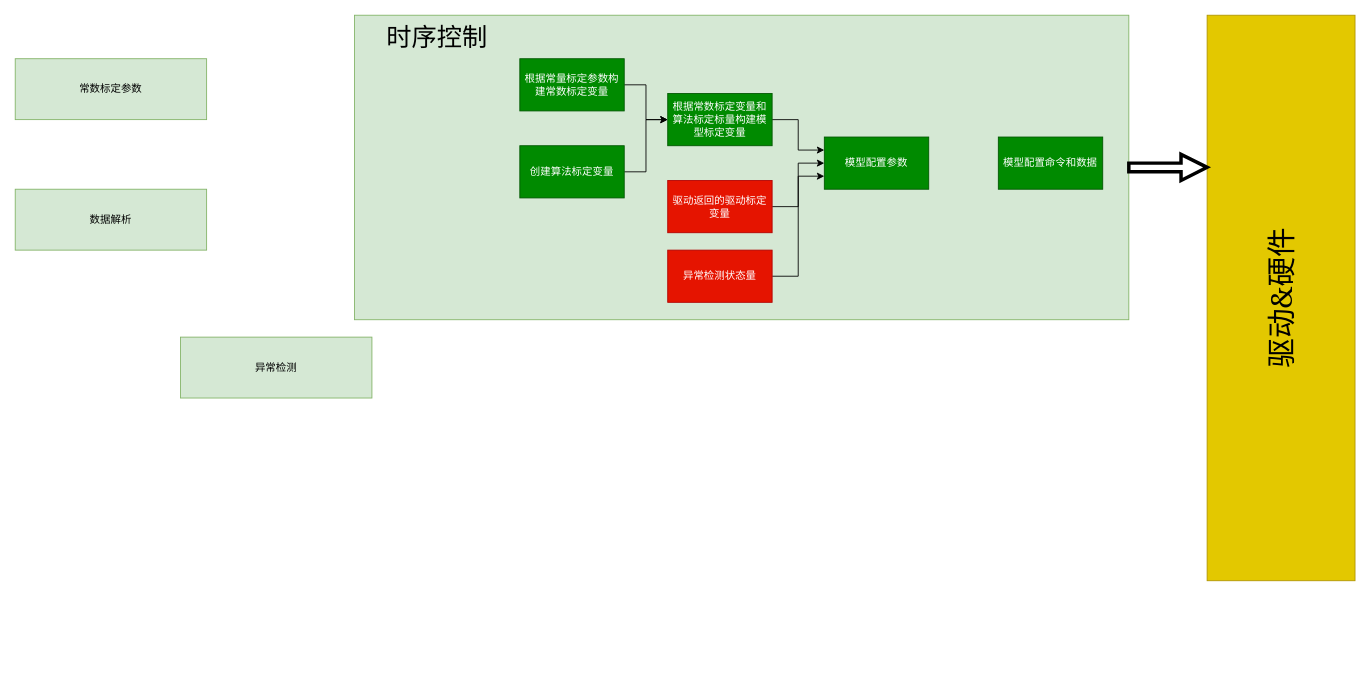
Earlier version of the draw.io diagram YDU2.0/超声波底层模型APAC模型.drawio (bugquella/diagrams). Source tidied: cells renumbered, new cells numbered last; positions are measured from the earlier drawing's top-left corner, leaving out a move shared by most shapes. Both pictures are drawn from the tidied source at 87%, with x=0, y=0 at pixel (15, 15).
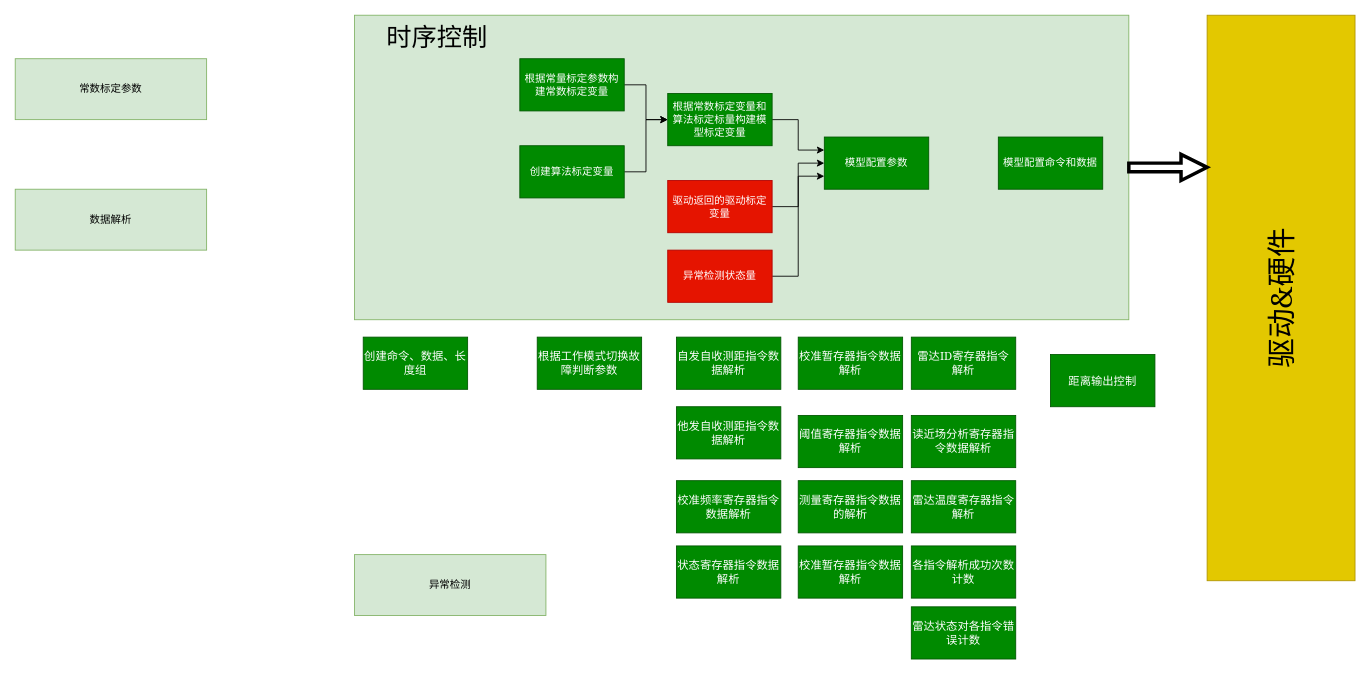
Above is the later version.

Commit message (it also covers changes not shown here):
更新超声波底层模型APAC模型.drawio

Diff of the diagram source:
```diff
@@
     <mxCell id="5" value="异常检测" style="rounded=0;whiteSpace=wrap;html=1;fillColor=#d5e8d4;strokeColor=#82b366;" parent="1" vertex="1">
-      <mxGeometry x="190" y="370" width="220" height="70" as="geometry" />
+      <mxGeometry x="390" y="620" width="220" height="70" as="geometry" />
     </mxCell>
@@
+    <mxCell id="21" value="距离输出控制" style="rounded=0;whiteSpace=wrap;html=1;fontFamily=Georgia;fontSize=13;fillColor=#008a00;fontColor=#ffffff;strokeColor=#005700;" parent="1" vertex="1">
+      <mxGeometry x="1190" y="390" width="120" height="60" as="geometry" />
+    </mxCell>
+    <mxCell id="22" value="根据工作模式切换故障判断参数" style="rounded=0;whiteSpace=wrap;html=1;fontFamily=Georgia;fontSize=13;fillColor=#008a00;fontColor=#ffffff;strokeColor=#005700;" parent="1" vertex="1">
+      <mxGeometry x="600" y="370" width="120" height="60" as="geometry" />
+    </mxCell>
+    <mxCell id="23" value="自发自收测距指令数据解析" style="rounded=0;whiteSpace=wrap;html=1;fontFamily=Georgia;fontSize=13;fillColor=#008a00;fontColor=#ffffff;strokeColor=#005700;" parent="1" vertex="1">
+      <mxGeometry x="760" y="370" width="120" height="60" as="geometry" />
+    </mxCell>
+    <mxCell id="24" value="创建命令、数据、长度组" style="rounded=0;whiteSpace=wrap;html=1;fontFamily=Georgia;fontSize=13;fillColor=#008a00;fontColor=#ffffff;strokeColor=#005700;" parent="1" vertex="1">
+      <mxGeometry x="400" y="370" width="120" height="60" as="geometry" />
+    </mxCell>
+    <mxCell id="25" value="他发自收测距指令数据解析" style="rounded=0;whiteSpace=wrap;html=1;fontFamily=Georgia;fontSize=13;fillColor=#008a00;fontColor=#ffffff;strokeColor=#005700;" parent="1" vertex="1">
+      <mxGeometry x="760" y="450" width="120" height="60" as="geometry" />
+    </mxCell>
+    <mxCell id="26" value="阈值寄存器指令数据解析" style="rounded=0;whiteSpace=wrap;html=1;fontFamily=Georgia;fontSize=13;fillColor=#008a00;fontColor=#ffffff;strokeColor=#005700;" parent="1" vertex="1">
+      <mxGeometry x="900" y="460" width="120" height="60" as="geometry" />
+    </mxCell>
+    <mxCell id="27" value="测量寄存器指令数据的解析" style="rounded=0;whiteSpace=wrap;html=1;fontFamily=Georgia;fontSize=13;fillColor=#008a00;fontColor=#ffffff;strokeColor=#005700;" parent="1" vertex="1">
+      <mxGeometry x="900" y="535" width="120" height="60" as="geometry" />
+    </mxCell>
+    <mxCell id="28" value="校准暂存器指令数据解析" style="rounded=0;whiteSpace=wrap;html=1;fontFamily=Georgia;fontSize=13;fillColor=#008a00;fontColor=#ffffff;strokeColor=#005700;" parent="1" vertex="1">
+      <mxGeometry x="900" y="370" width="120" height="60" as="geometry" />
+    </mxCell>
+    <mxCell id="29" value="校准频率寄存器指令数据解析" style="rounded=0;whiteSpace=wrap;html=1;fontFamily=Georgia;fontSize=13;fillColor=#008a00;fontColor=#ffffff;strokeColor=#005700;" parent="1" vertex="1">
+      <mxGeometry x="760" y="535" width="120" height="60" as="geometry" />
+    </mxCell>
+    <mxCell id="30" value="雷达温度寄存器指令解析" style="rounded=0;whiteSpace=wrap;html=1;fontFamily=Georgia;fontSize=13;fillColor=#008a00;fontColor=#ffffff;strokeColor=#005700;" parent="1" vertex="1">
+      <mxGeometry x="1030" y="535" width="120" height="60" as="geometry" />
+    </mxCell>
+    <mxCell id="31" value="校准暂存器指令数据解析" style="rounded=0;whiteSpace=wrap;html=1;fontFamily=Georgia;fontSize=13;fillColor=#008a00;fontColor=#ffffff;strokeColor=#005700;" parent="1" vertex="1">
+      <mxGeometry x="900" y="610" width="120" height="60" as="geometry" />
+    </mxCell>
+    <mxCell id="32" value="状态寄存器指令数据解析" style="rounded=0;whiteSpace=wrap;html=1;fontFamily=Georgia;fontSize=13;fillColor=#008a00;fontColor=#ffffff;strokeColor=#005700;" parent="1" vertex="1">
+      <mxGeometry x="760" y="610" width="120" height="60" as="geometry" />
+    </mxCell>
+    <mxCell id="33" value="雷达ID寄存器指令解析" style="rounded=0;whiteSpace=wrap;html=1;fontFamily=Georgia;fontSize=13;fillColor=#008a00;fontColor=#ffffff;strokeColor=#005700;" parent="1" vertex="1">
+      <mxGeometry x="1030" y="370" width="120" height="60" as="geometry" />
+    </mxCell>
+    <mxCell id="34" value="读近场分析寄存器指令数据解析" style="rounded=0;whiteSpace=wrap;html=1;fontFamily=Georgia;fontSize=13;fillColor=#008a00;fontColor=#ffffff;strokeColor=#005700;" parent="1" vertex="1">
+      <mxGeometry x="1030" y="460" width="120" height="60" as="geometry" />
+    </mxCell>
+    <mxCell id="35" value="各指令解析成功次数计数" style="rounded=0;whiteSpace=wrap;html=1;fontFamily=Georgia;fontSize=13;fillColor=#008a00;fontColor=#ffffff;strokeColor=#005700;" parent="1" vertex="1">
+      <mxGeometry x="1030" y="610" width="120" height="60" as="geometry" />
+    </mxCell>
+    <mxCell id="36" value="雷达状态对各指令错误计数" style="rounded=0;whiteSpace=wrap;html=1;fontFamily=Georgia;fontSize=13;fillColor=#008a00;fontColor=#ffffff;strokeColor=#005700;" parent="1" vertex="1">
+      <mxGeometry x="1030" y="680" width="120" height="60" as="geometry" />
+    </mxCell>
```
